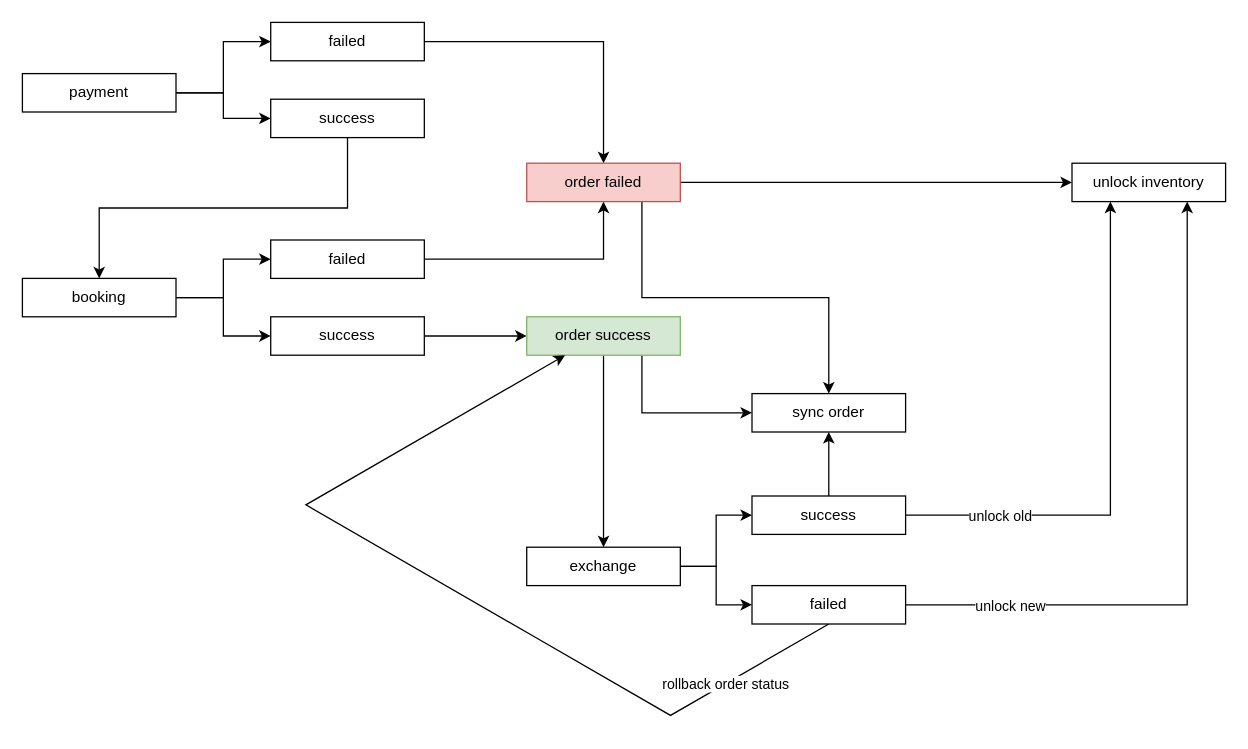
Earlier version of the draw.io diagram disney/Purchase_Limitation_of_DPA.drawio (lixyu/draw). Source tidied: cells renumbered, new cells numbered last; positions are measured from the earlier drawing's top-left corner, leaving out a move shared by most shapes. Both pictures are drawn from the tidied source at 128%, with x=0, y=0 at pixel (22, 22).
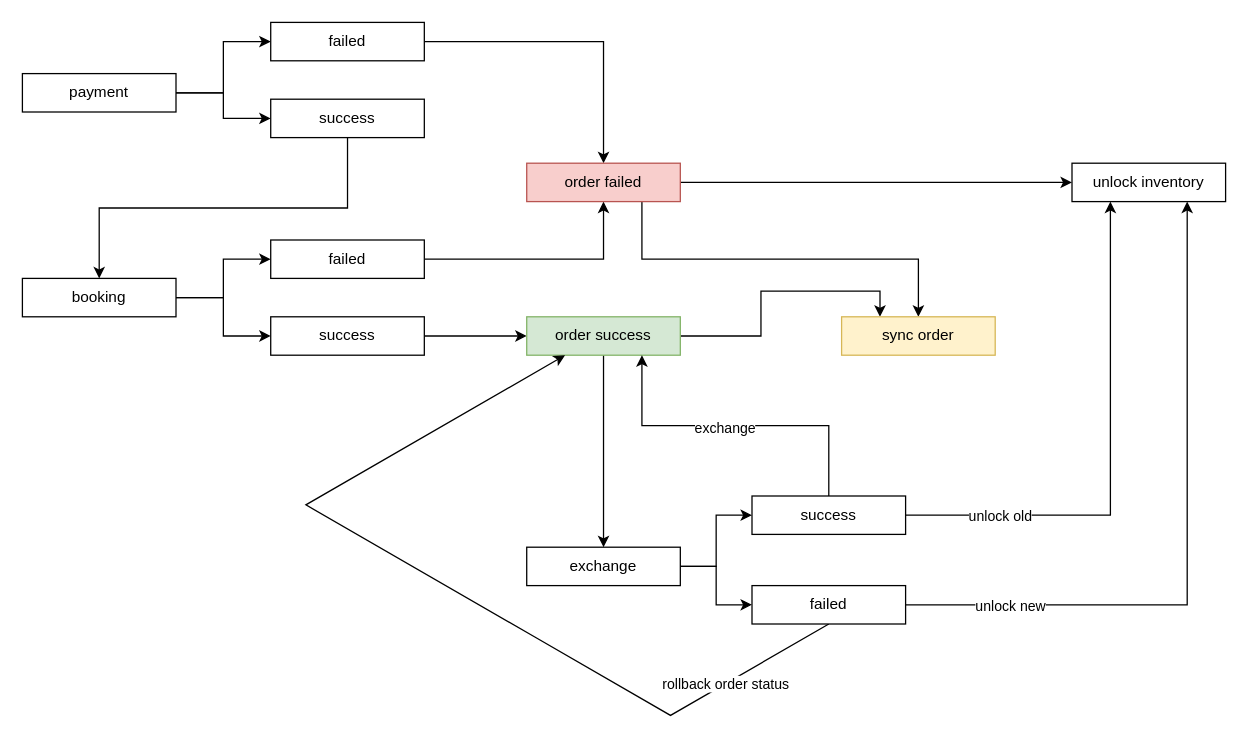
The same page after the edit.

Unchanged cells that the change refers to:
```xml
<mxCell id="21" value="order success" style="rounded=0;whiteSpace=wrap;html=1;fillColor=#d5e8d4;strokeColor=#82b366;" parent="1" vertex="1">
  <mxGeometry x="394" y="230" width="120" height="30" as="geometry" />
</mxCell>
<mxCell id="26" value="exchange" style="rounded=0;whiteSpace=wrap;html=1;" parent="1" vertex="1">
  <mxGeometry x="394" y="410" width="120" height="30" as="geometry" />
</mxCell>
<mxCell id="30" value="success" style="rounded=0;whiteSpace=wrap;html=1;" parent="1" vertex="1">
  <mxGeometry x="570" y="370" width="120" height="30" as="geometry" />
</mxCell>
```

Change to the diagram source:
```diff
@@
+    <mxCell id="20" style="edgeStyle=orthogonalEdgeStyle;rounded=0;jettySize=auto;html=1;" parent="1" edge="1" source="21" target="26">
+      <mxGeometry relative="1" as="geometry" />
+    </mxCell>
-    <mxCell id="19" style="edgeStyle=orthogonalEdgeStyle;rounded=0;jettySize=auto;html=1;exitX=0.75;exitY=1;exitDx=0;exitDy=0;entryX=0;entryY=0.5;entryDx=0;entryDy=0;" parent="1" edge="1" source="21" target="23">
+    <mxCell id="19" style="edgeStyle=orthogonalEdgeStyle;rounded=0;jettySize=auto;html=1;exitX=1;exitY=0.5;exitDx=0;exitDy=0;entryX=0.25;entryY=0;entryDx=0;entryDy=0;" parent="1" edge="1" source="21" target="23">
       <mxGeometry relative="1" as="geometry" />
     </mxCell>
-    <mxCell id="20" style="edgeStyle=orthogonalEdgeStyle;rounded=0;jettySize=auto;html=1;" parent="1" edge="1" source="21" target="26">
-      <mxGeometry relative="1" as="geometry" />
-    </mxCell>
@@
-    <mxCell id="23" value="sync order" style="rounded=0;whiteSpace=wrap;html=1;" parent="1" vertex="1">
-      <mxGeometry x="570" y="290" width="120" height="30" as="geometry" />
+    <mxCell id="23" value="sync order" style="rounded=0;whiteSpace=wrap;html=1;fillColor=#fff2cc;strokeColor=#d6b656;" parent="1" vertex="1">
+      <mxGeometry x="640" y="230" width="120" height="30" as="geometry" />
     </mxCell>
@@
-    <mxCell id="27" style="edgeStyle=orthogonalEdgeStyle;rounded=0;jettySize=auto;html=1;exitX=0.5;exitY=0;exitDx=0;exitDy=0;" parent="1" edge="1" source="30" target="23">
-      <mxGeometry relative="1" as="geometry" />
-    </mxCell>
@@
+    <mxCell id="36" style="edgeStyle=orthogonalEdgeStyle;rounded=0;jettySize=auto;html=1;exitX=0.5;exitY=0;exitDx=0;exitDy=0;entryX=0.75;entryY=1;entryDx=0;entryDy=0;" parent="1" edge="1" source="30" target="21">
+      <mxGeometry relative="1" as="geometry" />
+    </mxCell>
+    <mxCell id="37" value="exchange" style="edgeLabel;html=1;align=center;verticalAlign=middle;" parent="36" vertex="1">
+      <mxGeometry x="0.07" y="1" relative="1" as="geometry" />
+    </mxCell>
```
